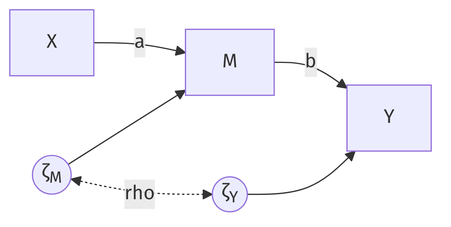
Earlier version of the Mermaid export diagrams/mediation.png (daob/stads-book). Its source is kept beside it as diagrams/mediation.mmd.
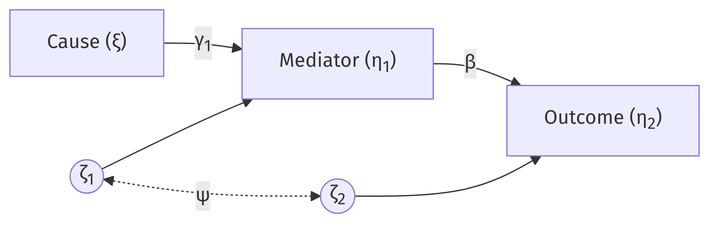
After the commit.

Commit message:
Address chapter 3 comments; add longitudinal mediation section on LISS

The edit, as a diff of the source:
```diff
@@ -1,6 +1,6 @@
 flowchart LR
-  X[X] -->|a| M[M]
-  M -->|b| Y[Y]
-  zM((ζ<sub>M</sub>)) --> M
-  zY((ζ<sub>Y</sub>)) --> Y
-  zM <-.->|rho| zY
+  X["Cause (ξ)"] -->|γ<sub>1</sub>| M["Mediator (η<sub>1</sub>)"]
+  M -->|β| Y["Outcome (η<sub>2</sub>)"]
+  zM((ζ<sub>1</sub>)) --> M
+  zY((ζ<sub>2</sub>)) --> Y
+  zM <-.->|ψ| zY
```
